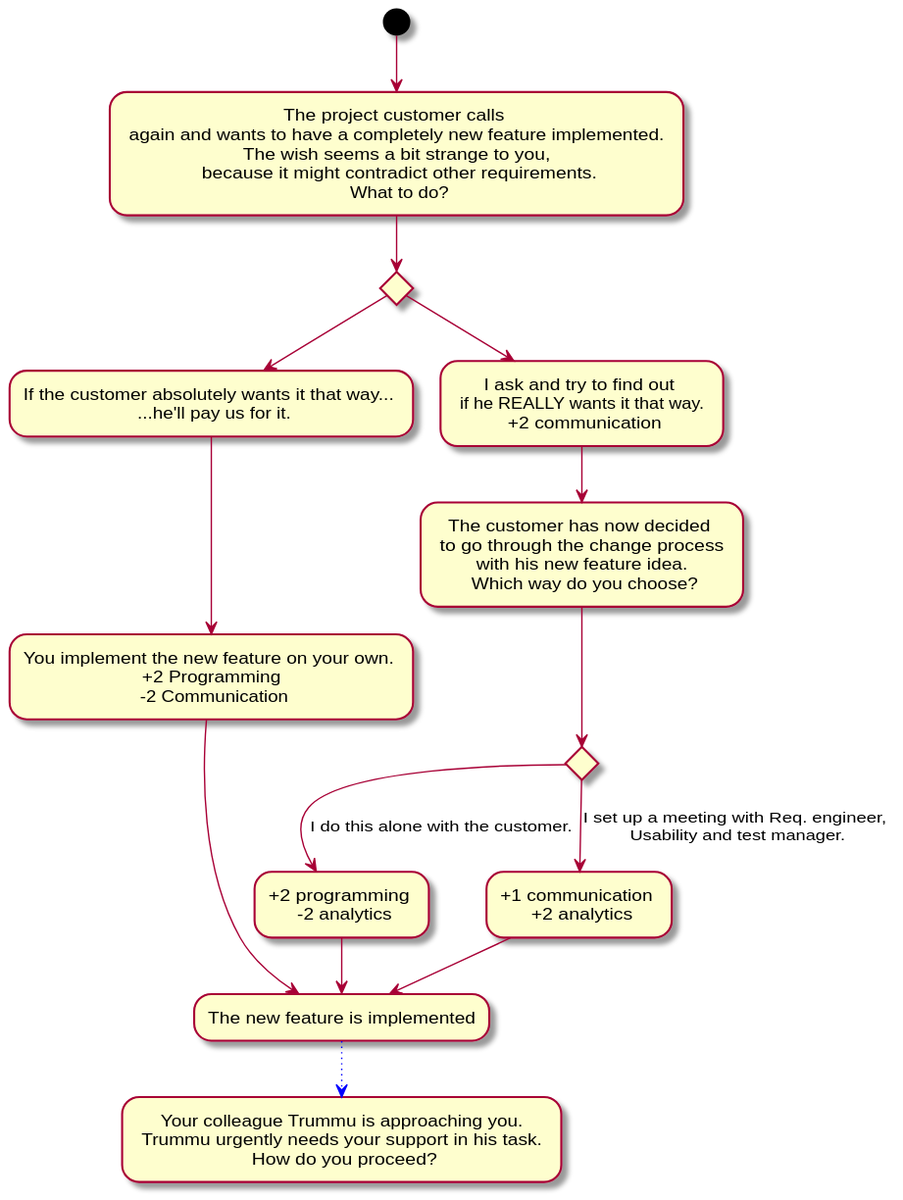
Above: Docs/Technical Specifications/docs/diagrams/StoryFlow/StoryFlow_Decision_12.svg in Brotenko/QualityQuest (PlantUML), before the change.
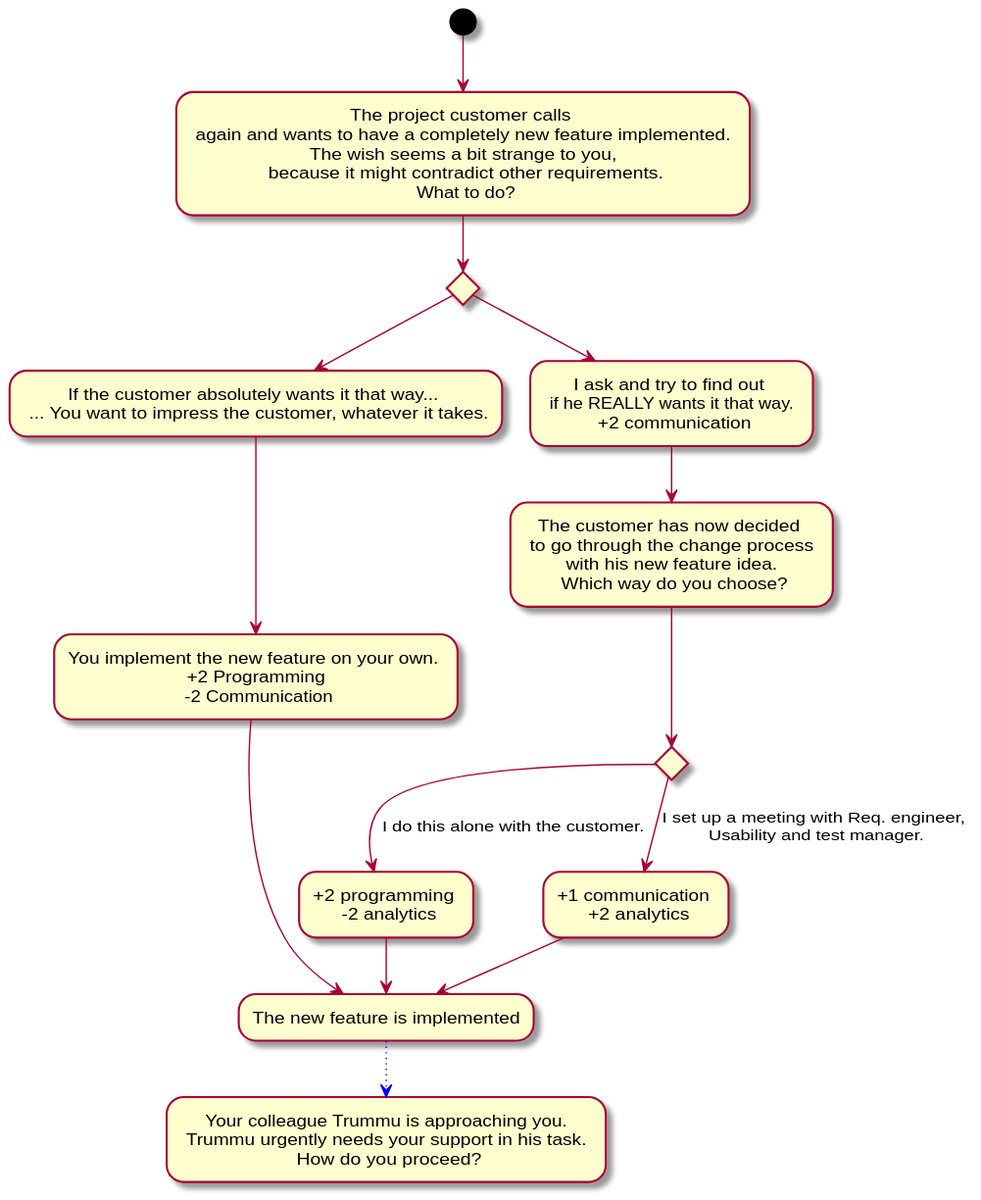
The same diagram one commit later.

What changed in the source:
```diff
@@ -1,7 +1,7 @@
 @startuml
 (*) --> "The project customer calls \n again and wants to have a completely new feature implemented. \n The wish seems a bit strange to you, \n because it might contradict other requirements.\n What to do?" as f
 if " " then
---> "If the customer absolutely wants it that way... \n ...he'll pay us for it."
+--> "If the customer absolutely wants it that way... \n ... You want to impress the customer, whatever it takes."
 --> "You implement the new feature on your own. \n +2 Programming \n -2 Communication" as c
 else
 --> "I ask and try to find out \n if he REALLY wants it that way. \n +2 communication"
```
